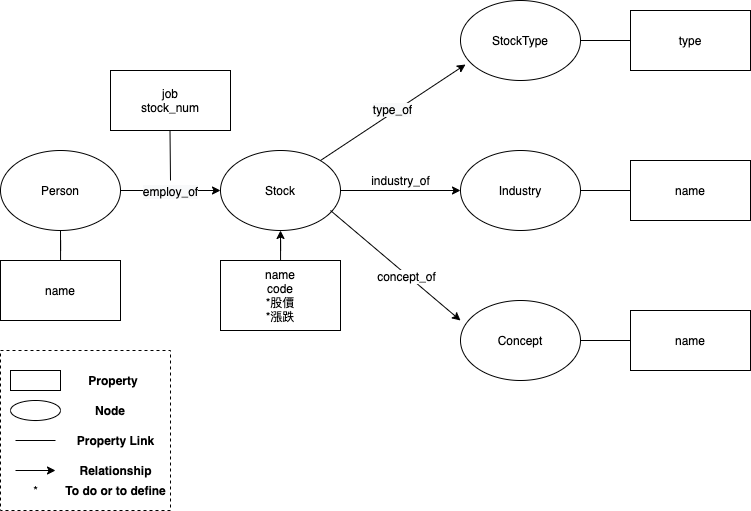
Earlier version of the draw.io export stock_kg_structure.png (jojowither/Taiwan-Stock-Knowledge-Graph). Source tidied: cells renumbered, new cells last; positions are measured from the earlier drawing's top-left corner, leaving out a move shared by most shapes. Source of this version:
```xml
<mxGraphModel>
  <root>
    <mxCell id="0" />
    <mxCell id="1" parent="0" />
    <mxCell id="2" style="edgeStyle=orthogonalEdgeStyle;rounded=0;jettySize=auto;html=1;" parent="1" edge="1" source="4" target="7">
      <mxGeometry relative="1" as="geometry" />
    </mxCell>
    <mxCell id="3" value="&lt;span style=&quot;font-size: 12px ; background-color: rgb(248 , 249 , 250)&quot;&gt;employ_of&lt;/span&gt;" style="edgeLabel;html=1;align=center;verticalAlign=middle;" parent="2" vertex="1">
      <mxGeometry x="-0.22" y="-1" relative="1" as="geometry">
        <mxPoint x="11" y="-1" as="offset" />
      </mxGeometry>
    </mxCell>
    <mxCell id="4" value="Person" style="ellipse;whiteSpace=wrap;html=1;" parent="1" vertex="1">
      <mxGeometry y="150" width="120" height="80" as="geometry" />
    </mxCell>
    <mxCell id="5" style="edgeStyle=orthogonalEdgeStyle;rounded=0;jettySize=auto;html=1;endArrow=none;endFill=0;" parent="1" edge="1" source="6" target="4">
      <mxGeometry relative="1" as="geometry" />
    </mxCell>
    <mxCell id="6" value="name" style="rounded=0;whiteSpace=wrap;html=1;" parent="1" vertex="1">
      <mxGeometry y="260" width="120" height="60" as="geometry" />
    </mxCell>
    <mxCell id="7" value="Stock" style="ellipse;whiteSpace=wrap;html=1;" parent="1" vertex="1">
      <mxGeometry x="220" y="150" width="120" height="80" as="geometry" />
    </mxCell>
    <mxCell id="8" style="edgeStyle=orthogonalEdgeStyle;rounded=0;jettySize=auto;html=1;" parent="1" edge="1" source="9" target="7">
      <mxGeometry relative="1" as="geometry" />
    </mxCell>
    <mxCell id="9" value="name&lt;br&gt;code&lt;br&gt;*股價&lt;br&gt;*漲跌" style="rounded=0;whiteSpace=wrap;html=1;" parent="1" vertex="1">
      <mxGeometry x="220" y="260" width="120" height="70" as="geometry" />
    </mxCell>
    <mxCell id="10" style="edgeStyle=orthogonalEdgeStyle;rounded=0;jettySize=auto;html=1;endArrow=none;endFill=0;" parent="1" edge="1" source="11" target="13">
      <mxGeometry relative="1" as="geometry" />
    </mxCell>
    <mxCell id="11" value="StockType" style="ellipse;whiteSpace=wrap;html=1;" parent="1" vertex="1">
      <mxGeometry x="460" width="120" height="80" as="geometry" />
    </mxCell>
    <mxCell id="12" style="edgeStyle=orthogonalEdgeStyle;rounded=0;jettySize=auto;html=1;endArrow=none;endFill=0;" parent="1" edge="1" source="13" target="11">
      <mxGeometry relative="1" as="geometry" />
    </mxCell>
    <mxCell id="13" value="type" style="rounded=0;whiteSpace=wrap;html=1;" parent="1" vertex="1">
      <mxGeometry x="630" y="10" width="120" height="60" as="geometry" />
    </mxCell>
    <mxCell id="14" value="Industry" style="ellipse;whiteSpace=wrap;html=1;" parent="1" vertex="1">
      <mxGeometry x="460" y="150" width="120" height="80" as="geometry" />
    </mxCell>
    <mxCell id="15" style="edgeStyle=orthogonalEdgeStyle;rounded=0;jettySize=auto;html=1;endArrow=none;endFill=0;" parent="1" edge="1" source="16" target="14">
      <mxGeometry relative="1" as="geometry" />
    </mxCell>
    <mxCell id="16" value="name" style="rounded=0;whiteSpace=wrap;html=1;" parent="1" vertex="1">
      <mxGeometry x="630" y="160" width="120" height="60" as="geometry" />
    </mxCell>
    <mxCell id="17" value="Concept" style="ellipse;whiteSpace=wrap;html=1;" parent="1" vertex="1">
      <mxGeometry x="460" y="300" width="120" height="80" as="geometry" />
    </mxCell>
    <mxCell id="18" style="edgeStyle=orthogonalEdgeStyle;rounded=0;jettySize=auto;html=1;endArrow=none;endFill=0;" parent="1" edge="1" source="19" target="17">
      <mxGeometry relative="1" as="geometry" />
    </mxCell>
    <mxCell id="19" value="name" style="rounded=0;whiteSpace=wrap;html=1;" parent="1" vertex="1">
      <mxGeometry x="630" y="310" width="120" height="60" as="geometry" />
    </mxCell>
    <mxCell id="20" style="endArrow=classic;html=1;exitX=1;exitY=0.5;exitDx=0;exitDy=0;entryX=0;entryY=0.5;entryDx=0;entryDy=0;" parent="1" edge="1" source="7" target="14">
      <mxGeometry relative="1" as="geometry" />
    </mxCell>
    <mxCell id="21" style="endArrow=classic;html=1;entryX=0.042;entryY=0.8;entryDx=0;entryDy=0;entryPerimeter=0;" parent="1" edge="1" target="11">
      <mxGeometry relative="1" as="geometry">
        <mxPoint x="320" y="160" as="sourcePoint" />
      </mxGeometry>
    </mxCell>
    <mxCell id="22" value="&lt;span style=&quot;font-size: 12px ; background-color: rgb(248 , 249 , 250)&quot;&gt;type_of&lt;/span&gt;" style="edgeLabel;html=1;align=center;verticalAlign=middle;" parent="21" vertex="1">
      <mxGeometry x="0.01" y="4" relative="1" as="geometry" />
    </mxCell>
    <mxCell id="23" style="endArrow=classic;html=1;entryX=0;entryY=0.25;entryDx=0;entryDy=0;entryPerimeter=0;" parent="1" edge="1" target="17">
      <mxGeometry relative="1" as="geometry">
        <mxPoint x="330" y="210" as="sourcePoint" />
      </mxGeometry>
    </mxCell>
    <mxCell id="24" value="concept_of" style="edgeLabel;html=1;align=center;verticalAlign=middle;" parent="23" vertex="1">
      <mxGeometry x="0.17" y="-1" relative="1" as="geometry" />
    </mxCell>
    <mxCell id="25" value="&lt;span style=&quot;font-size: 11px ; background-color: rgb(255 , 255 , 255)&quot;&gt;industry_of&lt;/span&gt;" style="text;html=1;align=center;verticalAlign=middle;" parent="1" vertex="1">
      <mxGeometry x="365" y="170" width="70" height="20" as="geometry" />
    </mxCell>
    <mxCell id="26" value="job&lt;br&gt;stock_num" style="rounded=0;whiteSpace=wrap;html=1;" parent="1" vertex="1">
      <mxGeometry x="110" y="70" width="120" height="60" as="geometry" />
    </mxCell>
    <mxCell id="27" style="endArrow=none;html=1;endFill=0;" parent="1" edge="1">
      <mxGeometry relative="1" as="geometry">
        <mxPoint x="169.5" y="130" as="sourcePoint" />
        <mxPoint x="170" y="180" as="targetPoint" />
      </mxGeometry>
    </mxCell>
    <mxCell id="28" style="group;" parent="1" vertex="1">
      <mxGeometry y="350" width="175" height="160" as="geometry" />
    </mxCell>
    <mxCell id="29" style="group;dashed=1;strokeWidth=1;perimeterSpacing=2;strokeColor=#000000;" parent="28" vertex="1">
      <mxGeometry width="170" height="160" as="geometry" />
    </mxCell>
    <mxCell id="30" style="rounded=0;whiteSpace=wrap;html=1;" parent="28" vertex="1">
      <mxGeometry x="10" y="20" width="50" height="20" as="geometry" />
    </mxCell>
    <mxCell id="31" value="&lt;b&gt;Property&lt;/b&gt;" style="text;html=1;strokeColor=none;fillColor=none;align=center;verticalAlign=middle;whiteSpace=wrap;rounded=0;" parent="28" vertex="1">
      <mxGeometry x="93" y="20" width="40" height="20" as="geometry" />
    </mxCell>
    <mxCell id="32" style="ellipse;whiteSpace=wrap;html=1;" parent="28" vertex="1">
      <mxGeometry x="10" y="50" width="50" height="20" as="geometry" />
    </mxCell>
    <mxCell id="33" value="&lt;b&gt;Node&lt;/b&gt;" style="text;html=1;strokeColor=none;fillColor=none;align=center;verticalAlign=middle;whiteSpace=wrap;rounded=0;" parent="28" vertex="1">
      <mxGeometry x="90" y="50" width="40" height="20" as="geometry" />
    </mxCell>
    <mxCell id="34" style="endArrow=none;html=1;" parent="28" edge="1">
      <mxGeometry as="geometry">
        <mxPoint x="15" y="90" as="sourcePoint" />
        <mxPoint x="55" y="90" as="targetPoint" />
      </mxGeometry>
    </mxCell>
    <mxCell id="35" value="&lt;b&gt;Property Link&lt;/b&gt;" style="text;html=1;align=center;verticalAlign=middle;" parent="28" vertex="1">
      <mxGeometry x="70" y="80" width="90" height="20" as="geometry" />
    </mxCell>
    <mxCell id="36" style="endArrow=classic;html=1;" parent="28" edge="1">
      <mxGeometry as="geometry">
        <mxPoint x="15" y="120" as="sourcePoint" />
        <mxPoint x="55" y="120" as="targetPoint" />
      </mxGeometry>
    </mxCell>
    <mxCell id="37" value="&lt;b&gt;Relationship&lt;/b&gt;" style="text;html=1;align=center;verticalAlign=middle;" parent="28" vertex="1">
      <mxGeometry x="70" y="110" width="90" height="20" as="geometry" />
    </mxCell>
    <mxCell id="38" value="*" style="text;html=1;align=center;verticalAlign=middle;" parent="28" vertex="1">
      <mxGeometry x="25" y="130" width="20" height="20" as="geometry" />
    </mxCell>
    <mxCell id="39" value="&lt;b&gt;To do or to define&lt;/b&gt;" style="text;html=1;align=center;verticalAlign=middle;" parent="28" vertex="1">
      <mxGeometry x="55" y="130" width="120" height="20" as="geometry" />
    </mxCell>
  </root>
</mxGraphModel>
```
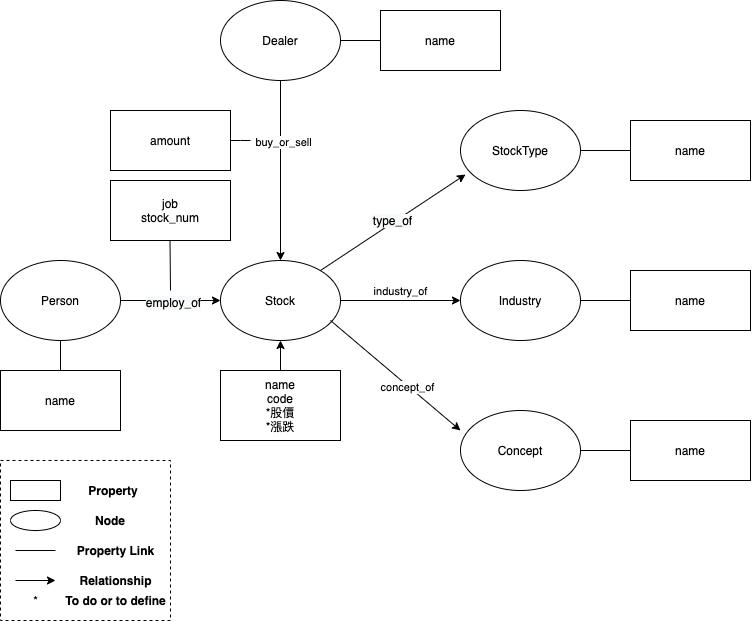
Above is the later version.

Change to the diagram source:
```diff
@@ -37,7 +37,7 @@
     <mxCell id="12" style="edgeStyle=orthogonalEdgeStyle;rounded=0;jettySize=auto;html=1;endArrow=none;endFill=0;" parent="1" edge="1" source="13" target="11">
       <mxGeometry relative="1" as="geometry" />
     </mxCell>
-    <mxCell id="13" value="type" style="rounded=0;whiteSpace=wrap;html=1;" parent="1" vertex="1">
+    <mxCell id="13" value="name" style="rounded=0;whiteSpace=wrap;html=1;" parent="1" vertex="1">
       <mxGeometry x="630" y="10" width="120" height="60" as="geometry" />
     </mxCell>
     <mxCell id="14" value="Industry" style="ellipse;whiteSpace=wrap;html=1;" parent="1" vertex="1">
@@ -131,5 +131,37 @@
     <mxCell id="39" value="&lt;b&gt;To do or to define&lt;/b&gt;" style="text;html=1;align=center;verticalAlign=middle;" parent="28" vertex="1">
       <mxGeometry x="55" y="130" width="120" height="20" as="geometry" />
     </mxCell>
+    <mxCell id="40" style="edgeStyle=orthogonalEdgeStyle;rounded=0;jettySize=auto;html=1;" parent="1" edge="1" source="43" target="7">
+      <mxGeometry relative="1" as="geometry" />
+    </mxCell>
+    <mxCell id="41" value="&lt;div style=&quot;background-color: rgb(34 , 38 , 40) ; line-height: 18px&quot;&gt;&lt;br&gt;&lt;/div&gt;" style="edgeLabel;html=1;align=center;verticalAlign=middle;" parent="40" vertex="1">
+      <mxGeometry x="-0.38" y="1" relative="1" as="geometry" />
+    </mxCell>
+    <mxCell id="42" value="buy_or_sell" style="edgeLabel;html=1;align=center;verticalAlign=middle;" parent="40" vertex="1">
+      <mxGeometry x="-0.3" y="1" relative="1" as="geometry">
+        <mxPoint y="-3" as="offset" />
+      </mxGeometry>
+    </mxCell>
+    <mxCell id="43" value="Dealer" style="ellipse;whiteSpace=wrap;html=1;" parent="1" vertex="1">
+      <mxGeometry x="220" y="-110" width="120" height="80" as="geometry" />
+    </mxCell>
+    <mxCell id="44" style="edgeStyle=orthogonalEdgeStyle;rounded=0;jettySize=auto;html=1;endArrow=none;endFill=0;" parent="1" edge="1" source="45" target="43">
+      <mxGeometry relative="1" as="geometry" />
+    </mxCell>
+    <mxCell id="45" value="name" style="rounded=0;whiteSpace=wrap;html=1;" parent="1" vertex="1">
+      <mxGeometry x="380" y="-100" width="120" height="60" as="geometry" />
+    </mxCell>
+    <mxCell id="46" style="edgeStyle=orthogonalEdgeStyle;rounded=0;jettySize=auto;html=1;endArrow=none;endFill=0;" parent="1" edge="1" source="47">
+      <mxGeometry relative="1" as="geometry">
+        <mxPoint x="250" y="30" as="targetPoint" />
+        <Array as="points">
+          <mxPoint x="240" y="30" />
+          <mxPoint x="240" y="30" />
+        </Array>
+      </mxGeometry>
+    </mxCell>
+    <mxCell id="47" value="amount" style="rounded=0;whiteSpace=wrap;html=1;" parent="1" vertex="1">
+      <mxGeometry x="110" width="120" height="60" as="geometry" />
+    </mxCell>
   </root>
 </mxGraphModel>
```
